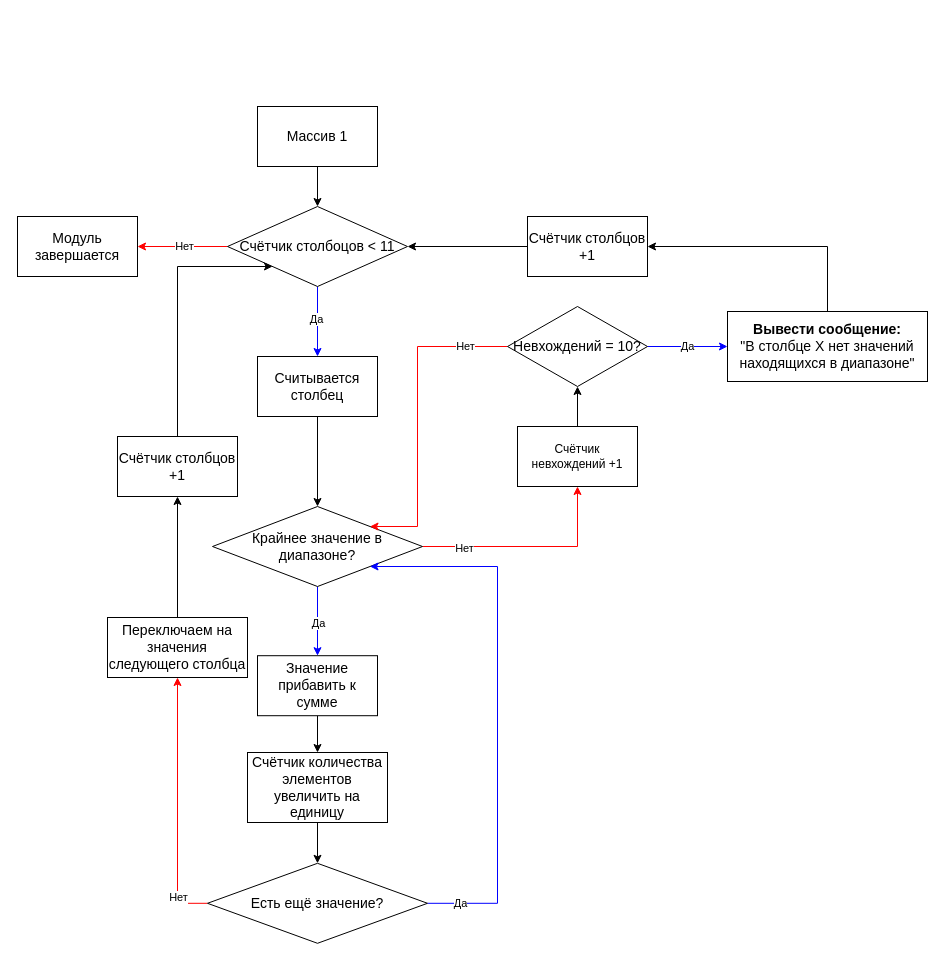
Above: Алгоритм (л.р. №10).drawio in Aazmandiuc/MDK_04_Kyleshova (draw.io), before the change. Source tidied: cells renumbered, new cells numbered last; positions are measured from the earlier drawing's top-left corner, leaving out a move shared by most shapes. Both pictures are drawn from the tidied source at 100%, with x=0, y=0 at pixel (17, 106).
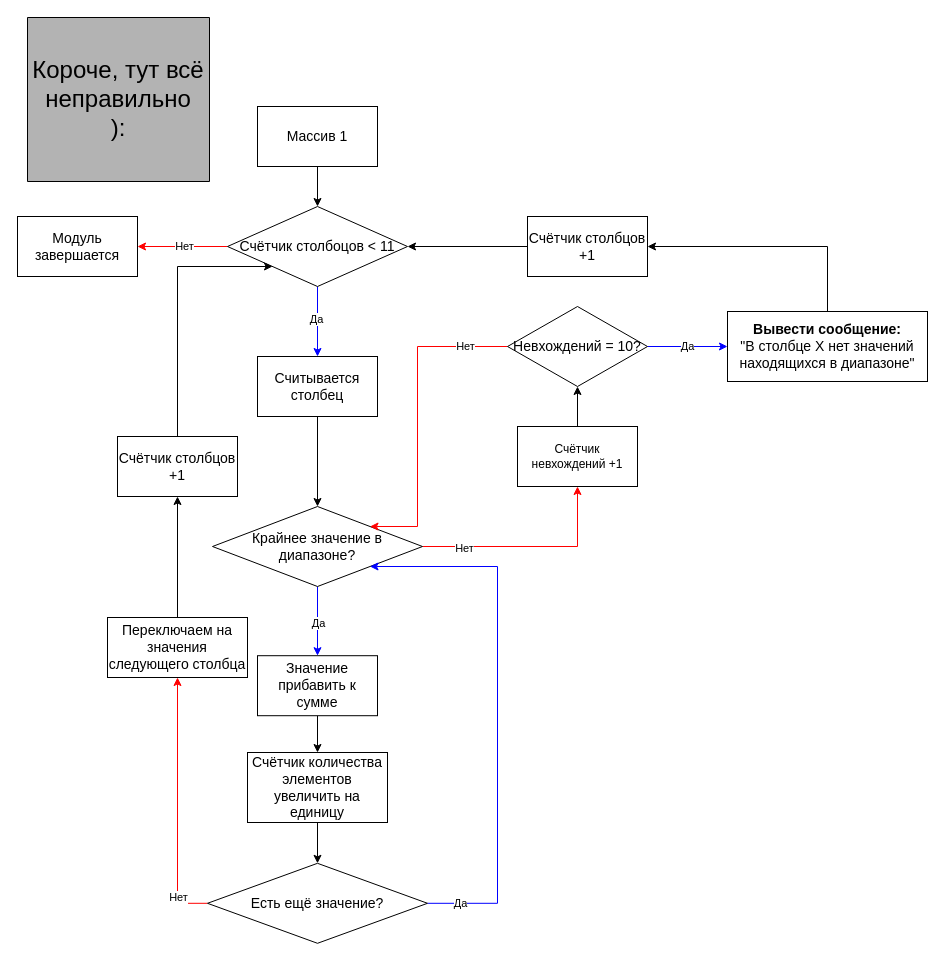
The same page after the edit.

What changed in the source:
```diff
@@
+    <mxCell id="41" value="&lt;font style=&quot;font-size: 24px;&quot;&gt;&lt;font style=&quot;&quot;&gt;Короче, тут всё неправильно&lt;br&gt;&lt;/font&gt;):&lt;/font&gt;" style="shape=note;whiteSpace=wrap;html=1;backgroundOutline=1;darkOpacity=0.05;size=0;fillColor=#B3B3B3;" parent="1" vertex="1">
+      <mxGeometry x="10" y="-89" width="182" height="164" as="geometry" />
+    </mxCell>
```
